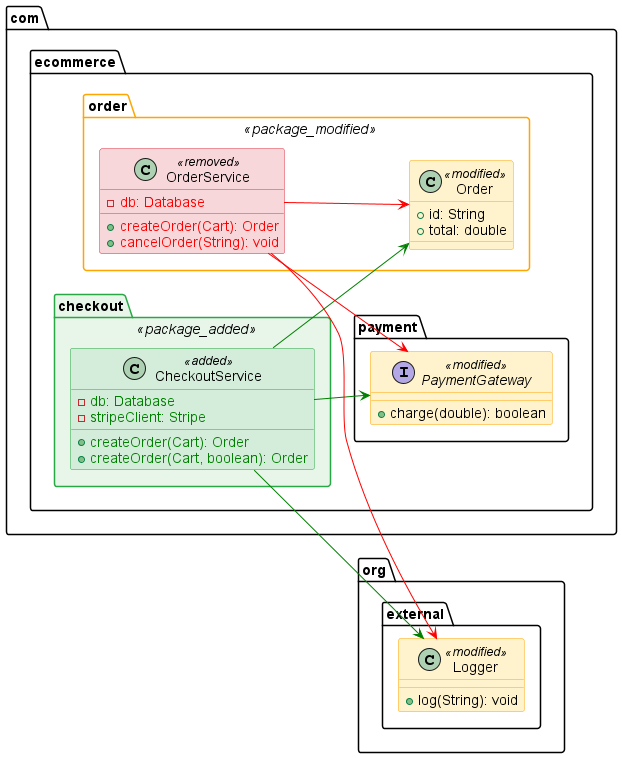
Above: docs/demo.png in tsorren/SemanticUMLDiff (PlantUML), before the change.
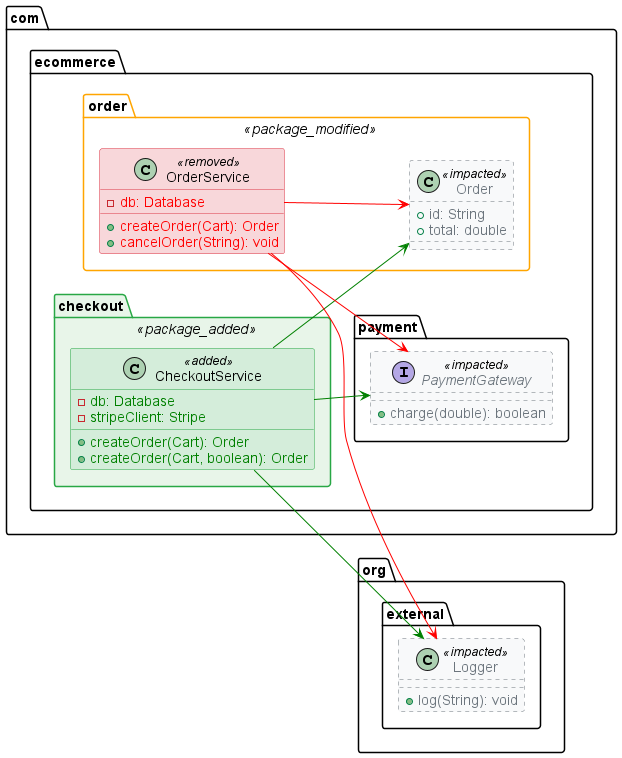
After the change.

Diff of the diagram source:
```diff
@@ -60,7 +60,7 @@
 }
 
 package "com.ecommerce.order" <<package_modified>> {
-class "Order" as com.ecommerce.order.Order <<modified>> {
+class "Order" as com.ecommerce.order.Order <<impacted>> {
   + id: String
   + total: double
 }
@@ -72,13 +72,13 @@
 }
 
 package "com.ecommerce.payment" {
-interface "PaymentGateway" as com.ecommerce.payment.PaymentGateway <<modified>> {
+interface "PaymentGateway" as com.ecommerce.payment.PaymentGateway <<impacted>> {
   + charge(double): boolean
 }
 }
 
 package "org.external" {
-class "Logger" as org.external.Logger <<modified>> {
+class "Logger" as org.external.Logger <<impacted>> {
   + log(String): void
 }
 }
```
